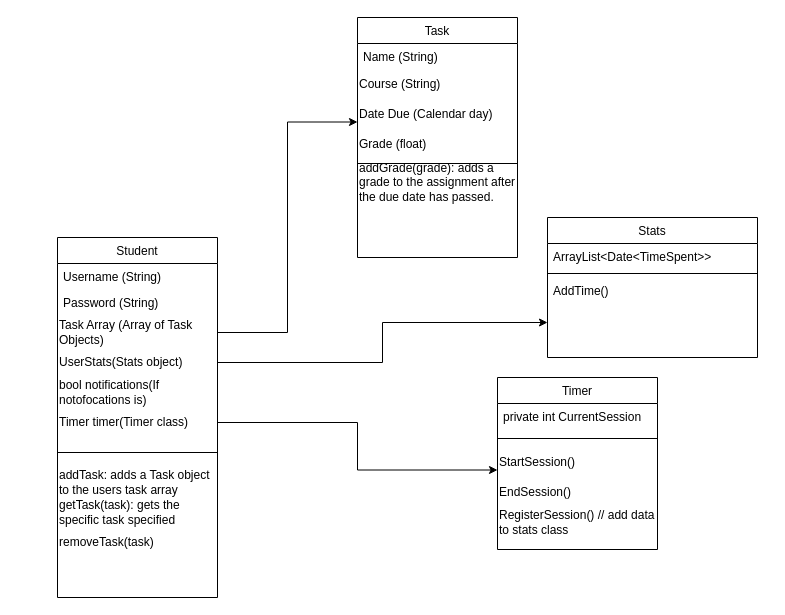
Above: Architecture design.drawio in DROFEL/Please_Compile_ProSchoolar (draw.io), before the change. Source tidied: cells renumbered, new cells numbered last; positions are measured from the earlier drawing's top-left corner, leaving out a move shared by most shapes. Both pictures are drawn from the tidied source at 100%, with x=0, y=0 at pixel (57, 17).
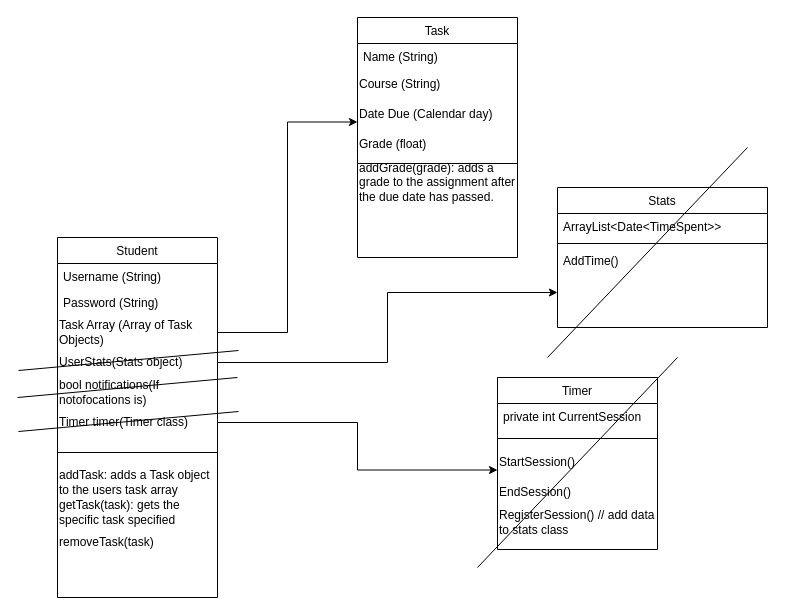
The same diagram, later.

Change to the diagram source:
```diff
@@
     <mxCell id="13" value="Stats" style="swimlane;fontStyle=0;align=center;verticalAlign=top;horizontal=1;startSize=26;rounded=0;shadow=0;strokeWidth=1;" parent="1" vertex="1">
-      <mxGeometry x="490" y="200" width="210" height="140" as="geometry" />
+      <mxGeometry x="500" y="170" width="210" height="140" as="geometry" />
     </mxCell>
@@
+    <mxCell id="33" style="endArrow=none;html=1;rounded=0;" parent="1" edge="1">
+      <mxGeometry relative="1" as="geometry">
+        <mxPoint x="420" y="550" as="sourcePoint" />
+        <mxPoint x="620" y="340" as="targetPoint" />
+      </mxGeometry>
+    </mxCell>
+    <mxCell id="34" style="endArrow=none;html=1;rounded=0;" parent="1" edge="1">
+      <mxGeometry relative="1" as="geometry">
+        <mxPoint x="-40" y="380" as="sourcePoint" />
+        <mxPoint x="180" y="360" as="targetPoint" />
+      </mxGeometry>
+    </mxCell>
+    <mxCell id="35" style="endArrow=none;html=1;rounded=0;" parent="1" edge="1">
+      <mxGeometry relative="1" as="geometry">
+        <mxPoint x="-39" y="414" as="sourcePoint" />
+        <mxPoint x="181" y="394" as="targetPoint" />
+      </mxGeometry>
+    </mxCell>
+    <mxCell id="36" style="endArrow=none;html=1;rounded=0;" parent="1" edge="1">
+      <mxGeometry relative="1" as="geometry">
+        <mxPoint x="-39" y="353" as="sourcePoint" />
+        <mxPoint x="181" y="333" as="targetPoint" />
+      </mxGeometry>
+    </mxCell>
+    <mxCell id="37" style="endArrow=none;html=1;rounded=0;" parent="1" edge="1">
+      <mxGeometry relative="1" as="geometry">
+        <mxPoint x="490" y="340" as="sourcePoint" />
+        <mxPoint x="690" y="130" as="targetPoint" />
+      </mxGeometry>
+    </mxCell>
```
